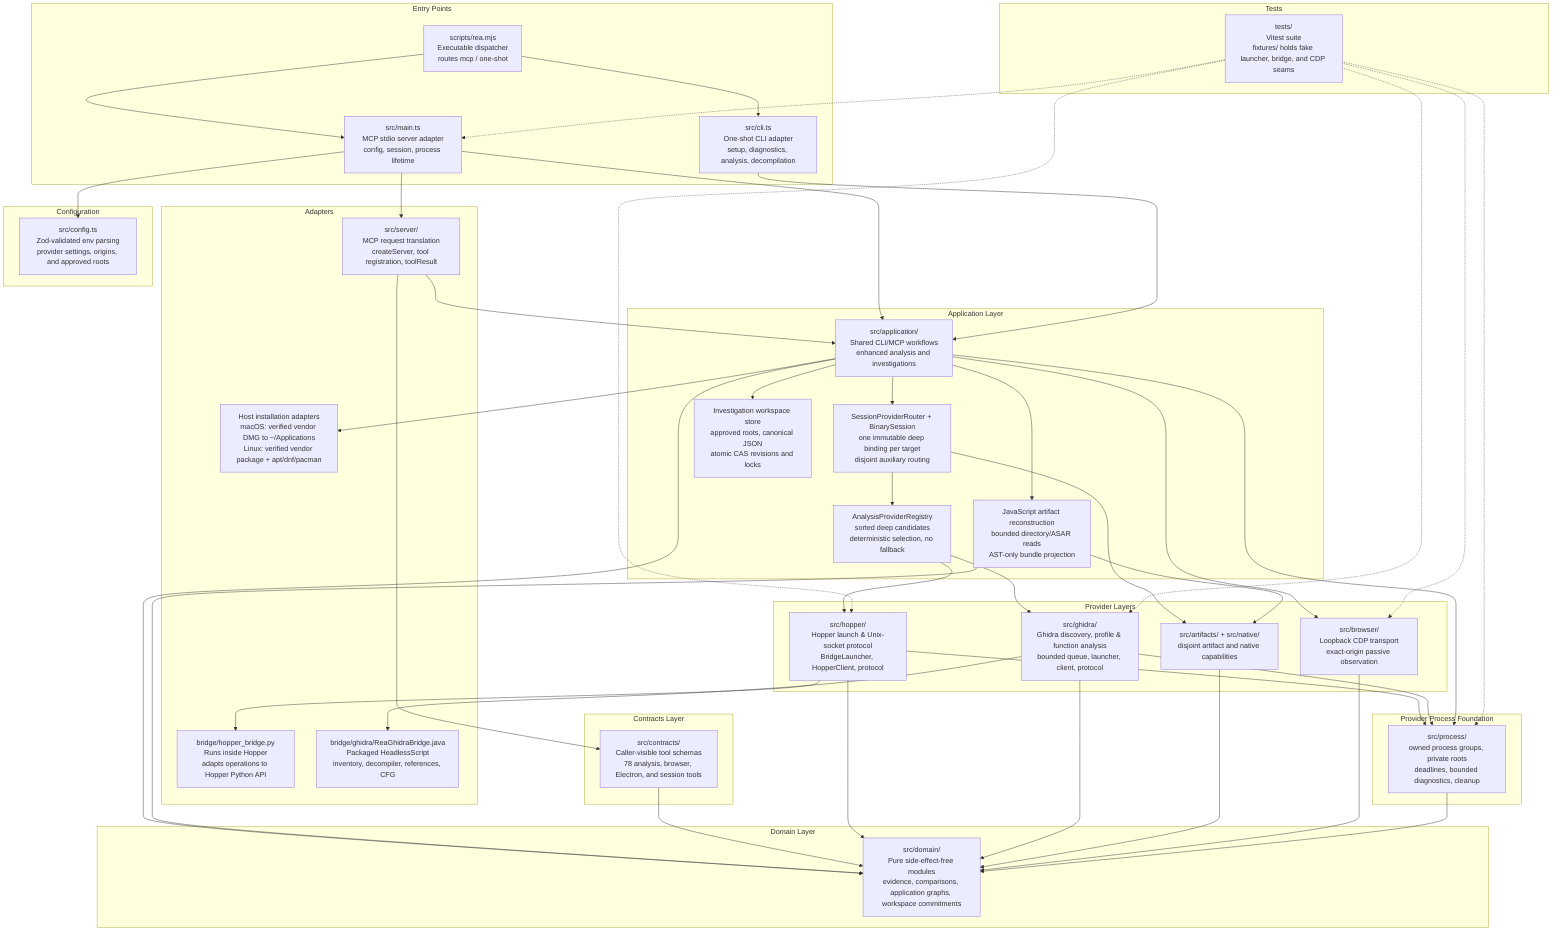
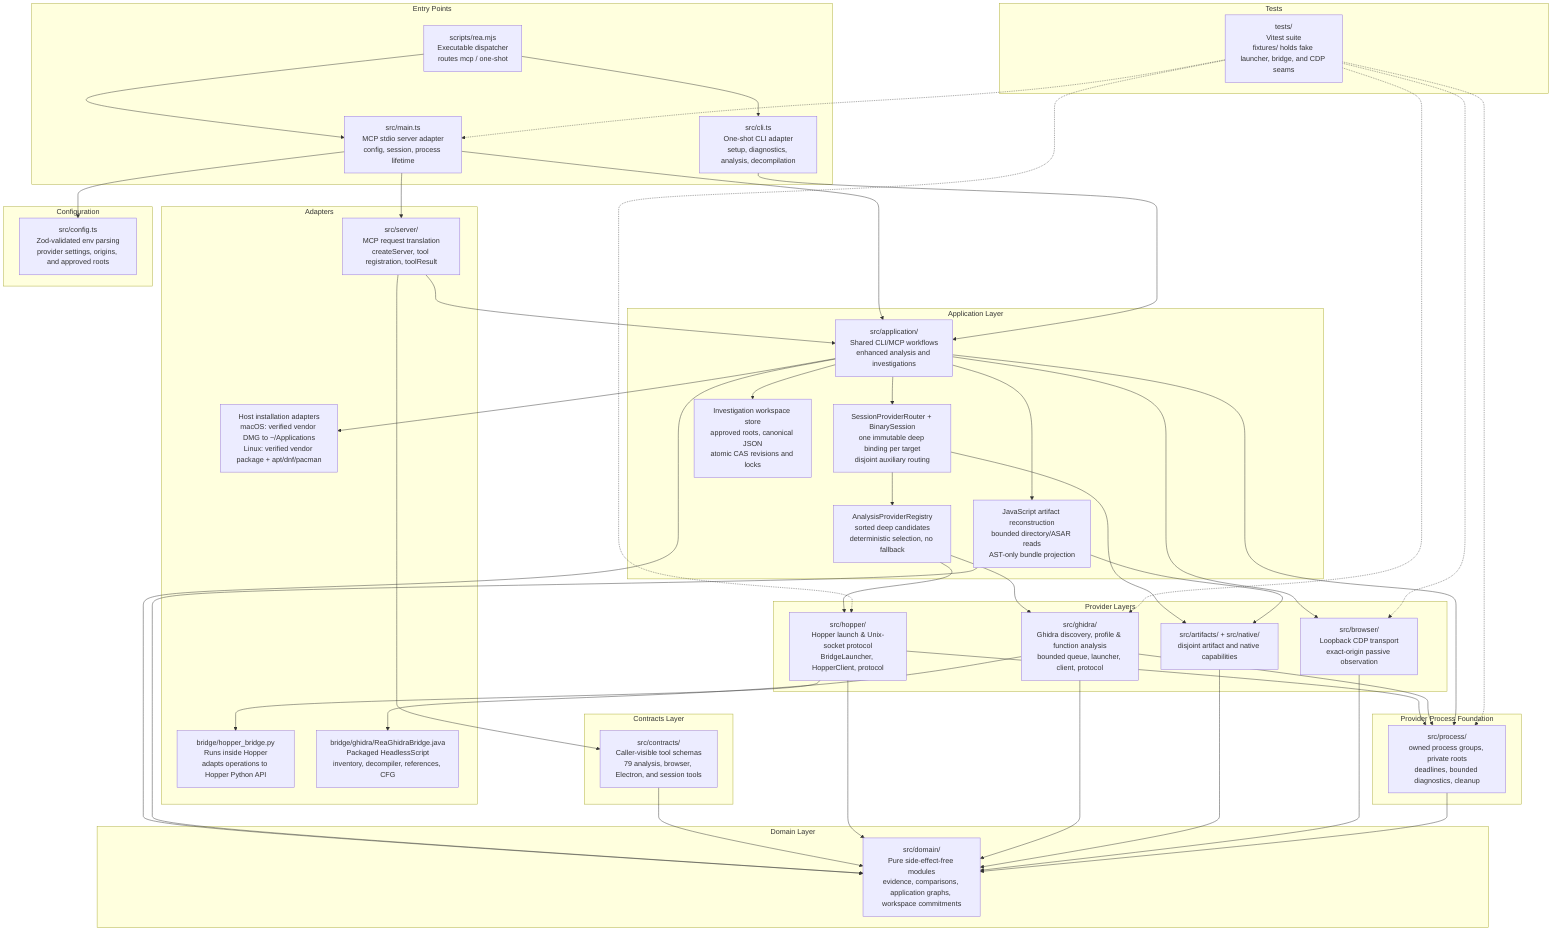
graph TD
    subgraph "Entry Points"
        CLI["src/cli.ts<br/>One-shot CLI adapter<br/>setup, diagnostics, analysis, decompilation"]
        MAIN["src/main.ts<br/>MCP stdio server adapter<br/>config, session, process lifetime"]
        DISPATCH["scripts/rea.mjs<br/>Executable dispatcher<br/>routes mcp / one-shot"]
    end

    subgraph "Adapters"
        SERVER["src/server/<br/>MCP request translation<br/>createServer, tool registration, toolResult"]
        HOPPER_BRIDGE["bridge/hopper_bridge.py<br/>Runs inside Hopper<br/>adapts operations to Hopper Python API"]
        GHIDRA_BRIDGE["bridge/ghidra/ReaGhidraBridge.java<br/>Packaged HeadlessScript<br/>inventory, decompiler, references, CFG"]
        INSTALL["Host installation adapters<br/>macOS: verified vendor DMG to ~/Applications<br/>Linux: verified vendor package + apt/dnf/pacman"]
    end

    subgraph "Application Layer"
        APP["src/application/<br/>Shared CLI/MCP workflows<br/>enhanced analysis and investigations"]
        SESSION["SessionProviderRouter + BinarySession<br/>one immutable deep binding per target<br/>disjoint auxiliary routing"]
        REGISTRY["AnalysisProviderRegistry<br/>sorted deep candidates<br/>deterministic selection, no fallback"]
        WORKSPACE["Investigation workspace store<br/>approved roots, canonical JSON<br/>atomic CAS revisions and locks"]
        JS_RECON["JavaScript artifact reconstruction<br/>bounded directory/ASAR reads<br/>AST-only bundle projection"]
    end

    subgraph "Provider Layers"
        HOPPER["src/hopper/<br/>Hopper launch & Unix-socket protocol<br/>BridgeLauncher, HopperClient, protocol"]
        GHIDRA["src/ghidra/<br/>Ghidra discovery, profile & function analysis<br/>bounded queue, launcher, client, protocol"]
        AUX["src/artifacts/ + src/native/<br/>disjoint artifact and native capabilities"]
        BROWSER["src/browser/<br/>Loopback CDP transport<br/>exact-origin passive observation"]
    end

    subgraph "Provider Process Foundation"
        PROCESS["src/process/<br/>owned process groups, private roots<br/>deadlines, bounded diagnostics, cleanup"]
    end

    subgraph "Contracts Layer"
-         CONTRACTS["src/contracts/<br/>Caller-visible tool schemas<br/>78 analysis, browser, Electron, and session tools"]
+         CONTRACTS["src/contracts/<br/>Caller-visible tool schemas<br/>79 analysis, browser, Electron, and session tools"]
    end

    subgraph "Domain Layer"
        DOMAIN["src/domain/<br/>Pure side-effect-free modules<br/>evidence, comparisons, application graphs, workspace commitments"]
    end

    subgraph "Configuration"
        CONFIG["src/config.ts<br/>Zod-validated env parsing<br/>provider settings, origins, and approved roots"]
    end

    subgraph "Tests"
        TESTS["tests/<br/>Vitest suite<br/>fixtures/ holds fake launcher, bridge, and CDP seams"]
    end

    DISPATCH --> CLI
    DISPATCH --> MAIN
    MAIN --> CONFIG
    MAIN --> SERVER
    MAIN --> APP
    CLI --> APP
    APP --> SESSION
    SESSION --> REGISTRY
    REGISTRY --> HOPPER
    REGISTRY --> GHIDRA
    SESSION --> AUX
    APP --> WORKSPACE
    APP --> JS_RECON
    APP --> INSTALL
    SERVER --> CONTRACTS
    SERVER --> APP
    APP --> BROWSER
    HOPPER --> HOPPER_BRIDGE
    GHIDRA --> GHIDRA_BRIDGE
    HOPPER --> PROCESS
    GHIDRA --> PROCESS
    APP --> PROCESS
    APP --> DOMAIN
    JS_RECON --> AUX
    JS_RECON --> DOMAIN
    CONTRACTS --> DOMAIN
    HOPPER --> DOMAIN
    GHIDRA --> DOMAIN
    AUX --> DOMAIN
    BROWSER --> DOMAIN
    PROCESS --> DOMAIN
    TESTS -.-> MAIN
    TESTS -.-> HOPPER
    TESTS -.-> GHIDRA
    TESTS -.-> PROCESS
    TESTS -.-> BROWSER
